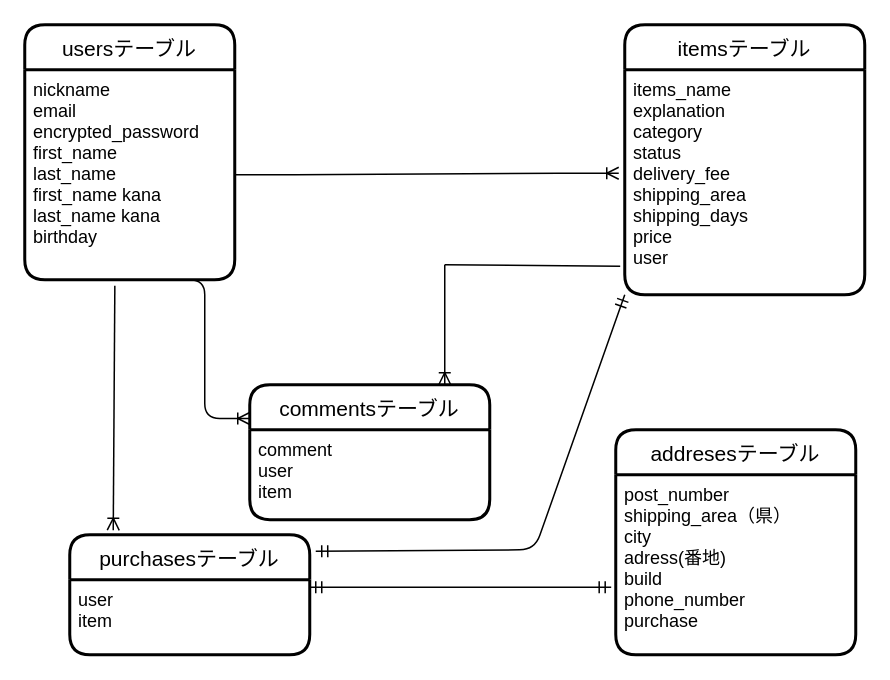
Before: ER図.dio in ookurayuuhei/furima-37439, a draw.io diagram. Source tidied: cells renumbered, new cells numbered last; positions are measured from the earlier drawing's top-left corner, leaving out a move shared by most shapes. Both pictures are drawn from the tidied source at 150%, with x=0, y=0 at pixel (24, 24).
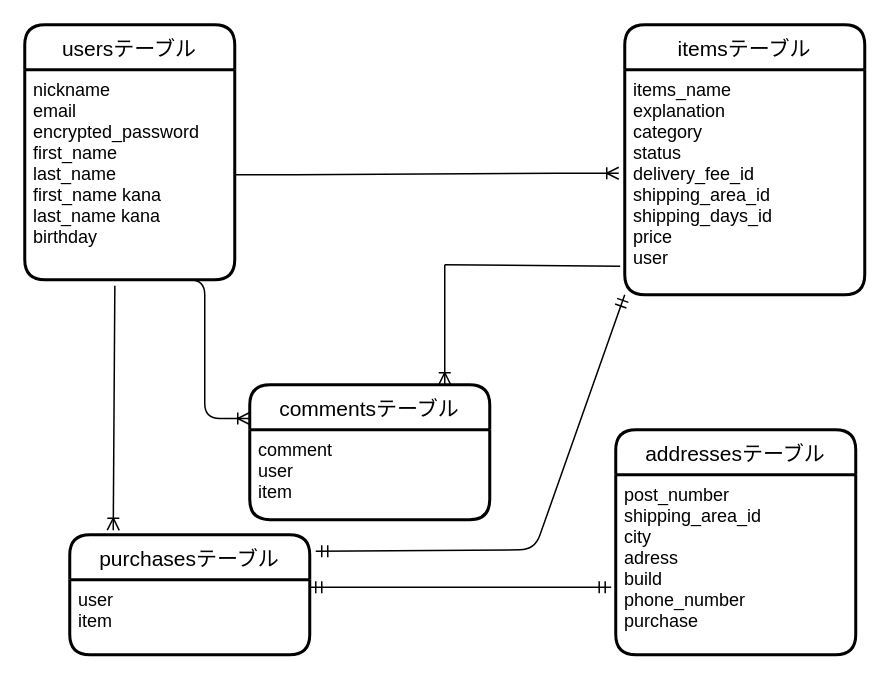
The same page after the edit.

Unchanged cells that the change refers to:
```xml
<mxCell id="4" value="itemsテーブル" style="swimlane;horizontal=1;startSize=30;rounded=1;fontSize=14;fontStyle=0;strokeWidth=2;shadow=0;dashed=0;align=center;" parent="1" vertex="1">
  <mxGeometry x="400" width="160" height="180" as="geometry" />
</mxCell>
```

Change to the diagram source:
```diff
@@
-    <mxCell id="5" value="items_name&#10;explanation&#10;category&#10;status&#10;delivery_fee&#10;shipping_area&#10;shipping_days&#10;price&#10;user" style="align=left;strokeColor=none;fillColor=none;spacingLeft=4;fontSize=12;verticalAlign=top;" parent="4" vertex="1">
+    <mxCell id="5" value="items_name&#10;explanation&#10;category&#10;status&#10;delivery_fee_id&#10;shipping_area_id&#10;shipping_days_id&#10;price&#10;user" style="align=left;strokeColor=none;fillColor=none;spacingLeft=4;fontSize=12;verticalAlign=top;" parent="4" vertex="1">
       <mxGeometry y="30" width="160" height="150" as="geometry" />
     </mxCell>
@@
-    <mxCell id="12" value="addresesテーブル" style="swimlane;horizontal=1;startSize=30;rounded=1;fontSize=14;fontStyle=0;strokeWidth=2;shadow=0;dashed=0;align=center;" parent="1" vertex="1">
+    <mxCell id="12" value="addressesテーブル" style="swimlane;horizontal=1;startSize=30;rounded=1;fontSize=14;fontStyle=0;strokeWidth=2;shadow=0;dashed=0;align=center;" parent="1" vertex="1">
       <mxGeometry x="394" y="270" width="160" height="150" as="geometry" />
     </mxCell>
-    <mxCell id="13" value="post_number&#10;shipping_area（県）&#10;city&#10;adress(番地)&#10;build&#10;phone_number&#10;purchase&#10;" style="align=left;strokeColor=none;fillColor=none;spacingLeft=4;fontSize=12;verticalAlign=top;" parent="12" vertex="1">
+    <mxCell id="13" value="post_number&#10;shipping_area_id&#10;city&#10;adress&#10;build&#10;phone_number&#10;purchase&#10;" style="align=left;strokeColor=none;fillColor=none;spacingLeft=4;fontSize=12;verticalAlign=top;" parent="12" vertex="1">
       <mxGeometry y="30" width="160" height="120" as="geometry" />
     </mxCell>
```
